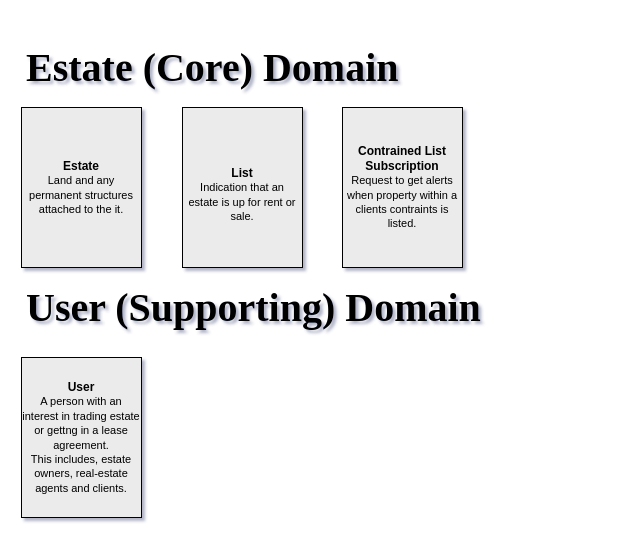
Above: diagrams/ubiquitous-language.drawio in michael-codesjs/neumba (draw.io), before the change. Source tidied: cells renumbered, new cells numbered last; positions are measured from the earlier drawing's top-left corner, leaving out a move shared by most shapes. Both pictures are drawn from the tidied source at 100%, with x=0, y=0 at pixel (21, 27).
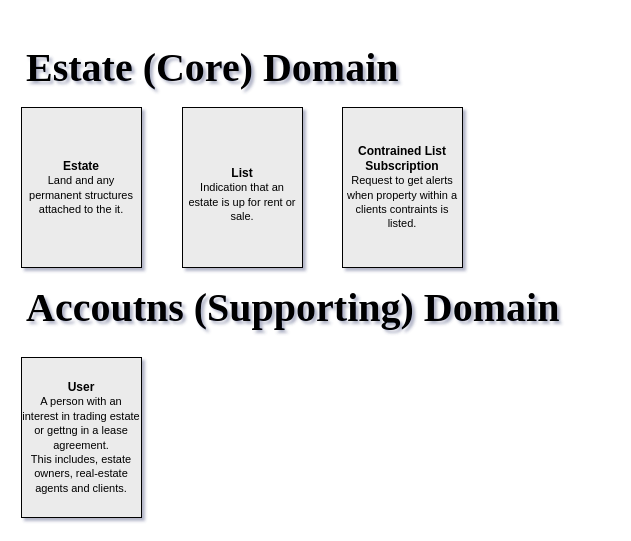
Above is the later version.

The edit, as a diff of the source:
```diff
@@
 <mxGraphModel shadow="1">
   <root>
     <mxCell id="0" />
     <mxCell id="1" parent="0" />
     <mxCell id="2" value="&lt;h3&gt;&lt;/h3&gt;&lt;font style=&quot;&quot;&gt;&lt;b&gt;List&lt;br&gt;&lt;/b&gt;&lt;/font&gt;&lt;span style=&quot;font-size: 11px;&quot;&gt;&amp;nbsp;Indication that an&amp;nbsp; estate is up for rent or sale.&lt;/span&gt;" style="rounded=0;whiteSpace=wrap;html=1;align=center;fillColor=#EBEBEB;" parent="1" vertex="1">
       <mxGeometry x="161" y="80" width="120" height="160" as="geometry" />
     </mxCell>
     <mxCell id="3" value="&lt;font style=&quot;&quot;&gt;&lt;b&gt;Estate&lt;br&gt;&lt;/b&gt;&lt;/font&gt;&lt;font style=&quot;font-size: 11px;&quot;&gt;Land and any permanent structures attached to the it.&lt;/font&gt;" style="rounded=0;whiteSpace=wrap;html=1;fillColor=#EBEBEB;align=center;" parent="1" vertex="1">
       <mxGeometry y="80" width="120" height="160" as="geometry" />
     </mxCell>
     <mxCell id="4" value="&lt;font style=&quot;&quot;&gt;&lt;b&gt;Contrained List Subscription&lt;br&gt;&lt;/b&gt;&lt;/font&gt;&lt;font style=&quot;font-size: 11px;&quot;&gt;Request to get alerts when property within a clients contraints is listed.&lt;/font&gt;" style="rounded=0;whiteSpace=wrap;html=1;fillColor=#EBEBEB;" parent="1" vertex="1">
       <mxGeometry x="321" y="80" width="120" height="160" as="geometry" />
     </mxCell>
     <mxCell id="5" value="&lt;b&gt;User&lt;br&gt;&lt;/b&gt;&lt;span style=&quot;font-size: 11px;&quot;&gt;A person with an interest in trading estate or gettng in a lease agreement.&lt;br&gt;This includes, estate owners, real-estate agents and clients.&lt;br&gt;&lt;/span&gt;" style="rounded=0;whiteSpace=wrap;html=1;fillColor=#EBEBEB;" parent="1" vertex="1">
       <mxGeometry y="330" width="120" height="160" as="geometry" />
     </mxCell>
     <mxCell id="6" value="&lt;h1&gt;&lt;font face=&quot;Garamond&quot;&gt;Estate (Core) Domain&lt;/font&gt;&lt;/h1&gt;" style="text;html=1;strokeColor=none;fillColor=none;spacing=5;spacingTop=-20;whiteSpace=wrap;overflow=hidden;rounded=0;fontSize=20;fontFamily=Architects Daughter;perimeterSpacing=0;glass=0;shadow=0;" parent="1" vertex="1">
       <mxGeometry width="481" height="80" as="geometry" />
     </mxCell>
-    <mxCell id="7" value="&lt;h1&gt;&lt;font face=&quot;Garamond&quot;&gt;User (Supporting) Domain&lt;/font&gt;&lt;/h1&gt;" style="text;html=1;strokeColor=none;fillColor=none;spacing=5;spacingTop=-20;whiteSpace=wrap;overflow=hidden;rounded=1;fontSize=20;fontFamily=Architects Daughter;perimeterSpacing=0;glass=1;shadow=1;" parent="1" vertex="1">
-      <mxGeometry y="240" width="481" height="80" as="geometry" />
+    <mxCell id="7" value="&lt;h1&gt;&lt;font face=&quot;Garamond&quot;&gt;Accoutns (Supporting) Domain&lt;/font&gt;&lt;/h1&gt;" style="text;html=1;strokeColor=none;fillColor=none;spacing=5;spacingTop=-20;whiteSpace=wrap;overflow=hidden;rounded=1;fontSize=20;fontFamily=Architects Daughter;perimeterSpacing=0;glass=1;shadow=1;" parent="1" vertex="1">
+      <mxGeometry y="240" width="581" height="80" as="geometry" />
     </mxCell>
   </root>
 </mxGraphModel>
```
